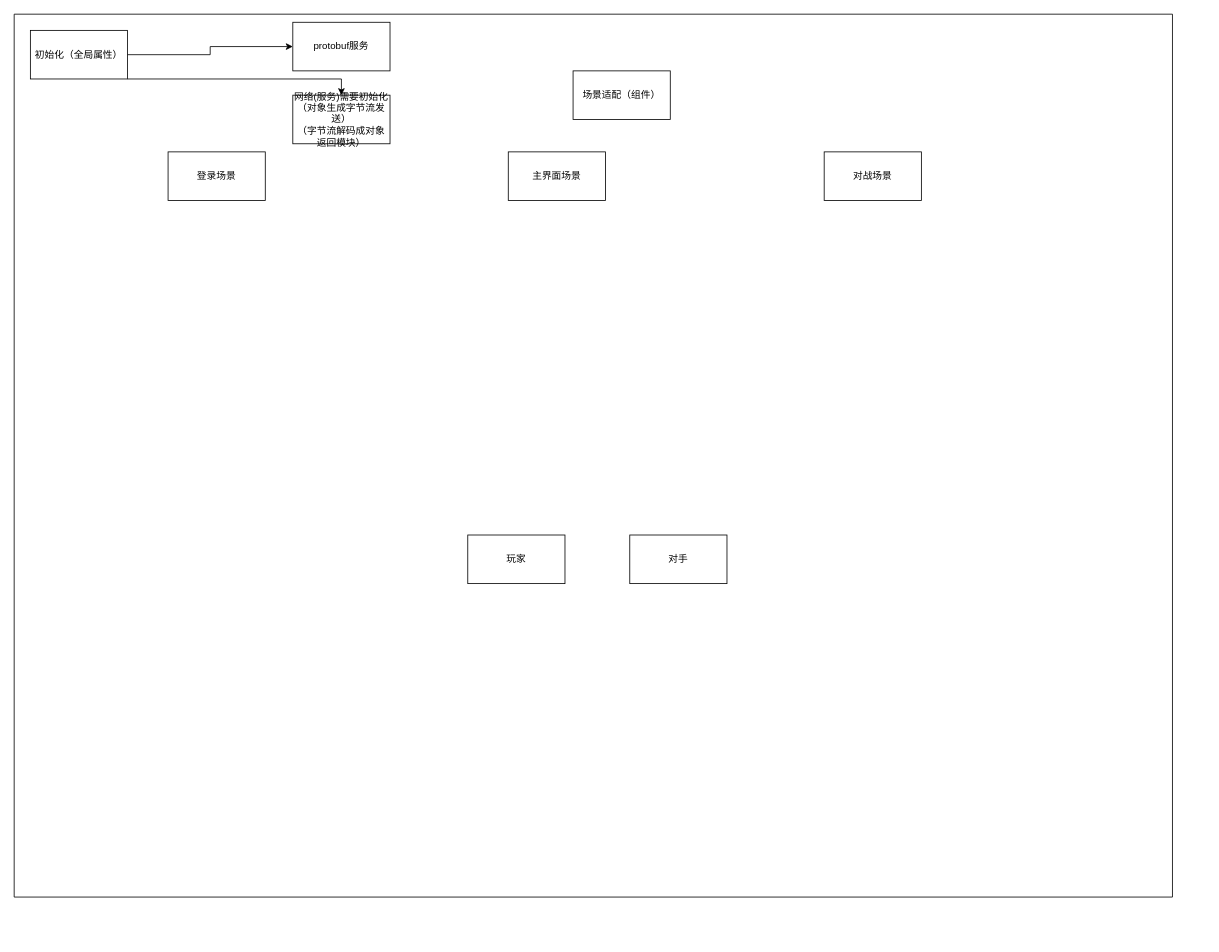
The draw.io diagram page "整体框架" (4 of 4) of Untitled Diagram.drawio in 605682883/flowPhoto, before the edit. Source tidied: cells renumbered, new cells numbered last; positions are measured from the earlier drawing's top-left corner, leaving out a move shared by most shapes. Both pictures are drawn from the tidied source at 81%, with x=0, y=0 at pixel (14, 14).
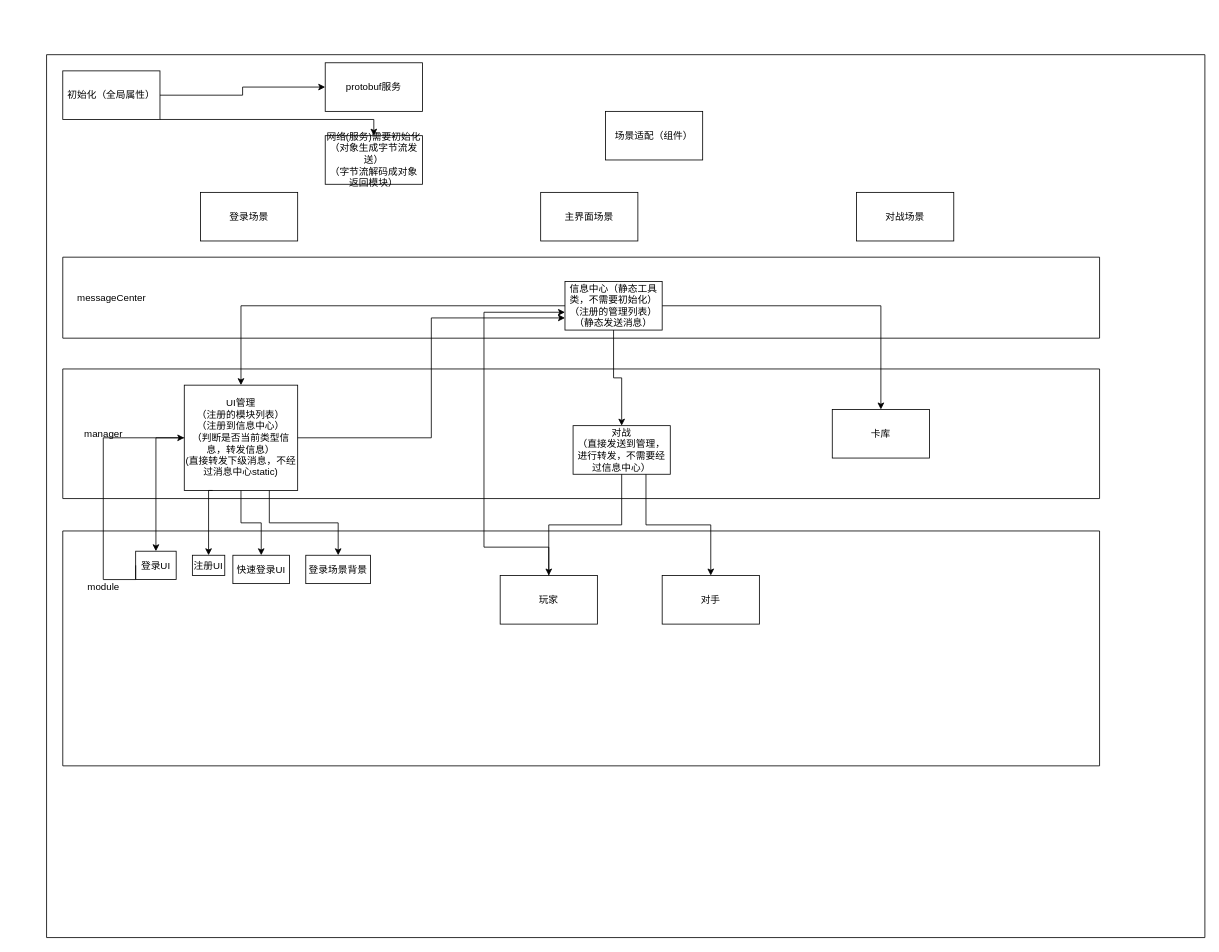
After the change.

Diff of the diagram source:
```diff
@@
-    <mxCell id="2" style="swimlane;startSize=0;" parent="1" vertex="1">
-      <mxGeometry width="1430" height="1090" as="geometry" />
-    </mxCell>
+    <mxCell id="14" style="swimlane;startSize=0;" parent="1" vertex="1">
+      <mxGeometry x="40" y="50" width="1430" height="1090" as="geometry" />
+    </mxCell>
-    <mxCell id="3" value="初始化（全局属性）" style="whiteSpace=wrap;html=1;" parent="2" vertex="1">
+    <mxCell id="3" value="初始化（全局属性）" style="whiteSpace=wrap;html=1;" parent="14" vertex="1">
       <mxGeometry x="20" y="20" width="120" height="60" as="geometry" />
     </mxCell>
-    <mxCell id="4" value="玩家" style="rounded=0;whiteSpace=wrap;html=1;" parent="2" vertex="1">
+    <mxCell id="4" value="玩家" style="rounded=0;whiteSpace=wrap;html=1;" parent="14" vertex="1">
       <mxGeometry x="560" y="643" width="120" height="60" as="geometry" />
     </mxCell>
-    <mxCell id="5" value="对手" style="rounded=0;whiteSpace=wrap;html=1;" parent="2" vertex="1">
+    <mxCell id="5" value="对手" style="rounded=0;whiteSpace=wrap;html=1;" parent="14" vertex="1">
       <mxGeometry x="760" y="643" width="120" height="60" as="geometry" />
     </mxCell>
-    <mxCell id="6" value="登录场景" style="rounded=0;whiteSpace=wrap;html=1;" parent="2" vertex="1">
+    <mxCell id="6" value="登录场景" style="rounded=0;whiteSpace=wrap;html=1;" parent="14" vertex="1">
       <mxGeometry x="190" y="170" width="120" height="60" as="geometry" />
     </mxCell>
-    <mxCell id="7" value="对战场景" style="rounded=0;whiteSpace=wrap;html=1;" parent="2" vertex="1">
+    <mxCell id="7" value="对战场景" style="rounded=0;whiteSpace=wrap;html=1;" parent="14" vertex="1">
       <mxGeometry x="1000" y="170" width="120" height="60" as="geometry" />
     </mxCell>
-    <mxCell id="8" value="主界面场景" style="rounded=0;whiteSpace=wrap;html=1;" parent="2" vertex="1">
+    <mxCell id="8" value="主界面场景" style="rounded=0;whiteSpace=wrap;html=1;" parent="14" vertex="1">
       <mxGeometry x="610" y="170" width="120" height="60" as="geometry" />
     </mxCell>
-    <mxCell id="9" value="网络(服务)需要初始化&lt;br&gt;（对象生成字节流发送）&lt;br&gt;（字节流解码成对象返回模块）" style="rounded=0;whiteSpace=wrap;html=1;" parent="2" vertex="1">
+    <mxCell id="9" value="网络(服务)需要初始化&lt;br&gt;（对象生成字节流发送）&lt;br&gt;（字节流解码成对象返回模块）" style="rounded=0;whiteSpace=wrap;html=1;" parent="14" vertex="1">
       <mxGeometry x="344" y="100" width="120" height="60" as="geometry" />
     </mxCell>
-    <mxCell id="10" style="edgeStyle=orthogonalEdgeStyle;rounded=0;jettySize=auto;html=1;" parent="2" edge="1" source="3" target="9">
+    <mxCell id="10" style="edgeStyle=orthogonalEdgeStyle;rounded=0;jettySize=auto;html=1;" parent="14" edge="1" source="3" target="9">
       <mxGeometry relative="1" as="geometry">
         <Array as="points">
           <mxPoint x="404" y="80" />
         </Array>
       </mxGeometry>
     </mxCell>
-    <mxCell id="11" value="protobuf服务" style="whiteSpace=wrap;html=1;" parent="2" vertex="1">
+    <mxCell id="11" value="protobuf服务" style="whiteSpace=wrap;html=1;" parent="14" vertex="1">
       <mxGeometry x="344" y="10" width="120" height="60" as="geometry" />
     </mxCell>
-    <mxCell id="12" style="edgeStyle=orthogonalEdgeStyle;rounded=0;jettySize=auto;html=1;" parent="2" edge="1" source="3" target="11">
+    <mxCell id="12" style="edgeStyle=orthogonalEdgeStyle;rounded=0;jettySize=auto;html=1;" parent="14" edge="1" source="3" target="11">
       <mxGeometry relative="1" as="geometry" />
     </mxCell>
-    <mxCell id="13" value="场景适配（组件）" style="rounded=0;whiteSpace=wrap;html=1;" parent="2" vertex="1">
+    <mxCell id="13" value="场景适配（组件）" style="rounded=0;whiteSpace=wrap;html=1;" parent="14" vertex="1">
       <mxGeometry x="690" y="70" width="120" height="60" as="geometry" />
     </mxCell>
+    <mxCell id="15" style="swimlane;startSize=0;" parent="14" vertex="1">
+      <mxGeometry x="20" y="250" width="1280" height="100" as="geometry" />
+    </mxCell>
+    <mxCell id="16" value="信息中心（静态工具类，不需要初始化）&lt;br&gt;（注册的管理列表）&lt;br&gt;（静态发送消息）" style="rounded=0;whiteSpace=wrap;html=1;" parent="15" vertex="1">
+      <mxGeometry x="620" y="30" width="120" height="60" as="geometry" />
+    </mxCell>
+    <mxCell id="17" value="messageCenter" style="text;html=1;align=center;verticalAlign=middle;strokeColor=none;fillColor=none;" parent="15" vertex="1">
+      <mxGeometry x="10" y="40" width="100" height="20" as="geometry" />
+    </mxCell>
+    <mxCell id="18" style="edgeStyle=orthogonalEdgeStyle;rounded=0;jettySize=auto;html=1;" parent="14" edge="1" source="4" target="16">
+      <mxGeometry relative="1" as="geometry">
+        <Array as="points">
+          <mxPoint x="540" y="608" />
+          <mxPoint x="540" y="318" />
+        </Array>
+      </mxGeometry>
+    </mxCell>
+    <mxCell id="19" style="swimlane;startSize=0;" parent="14" vertex="1">
+      <mxGeometry x="20" y="388" width="1280" height="160" as="geometry" />
+    </mxCell>
+    <mxCell id="20" value="UI管理&lt;br&gt;（注册的模块列表）&lt;br&gt;（注册到信息中心）&lt;br&gt;（判断是否当前类型信息，转发信息）&lt;br&gt;(直接转发下级消息，不经过消息中心static)" style="rounded=0;whiteSpace=wrap;html=1;" parent="19" vertex="1">
+      <mxGeometry x="150" y="20" width="140" height="130" as="geometry" />
+    </mxCell>
+    <mxCell id="21" value="对战&lt;br&gt;（直接发送到管理，进行转发，不需要经过信息中心）" style="rounded=0;whiteSpace=wrap;html=1;" parent="19" vertex="1">
+      <mxGeometry x="630" y="70" width="120" height="60" as="geometry" />
+    </mxCell>
+    <mxCell id="22" value="卡库" style="rounded=0;whiteSpace=wrap;html=1;" parent="19" vertex="1">
+      <mxGeometry x="950" y="50" width="120" height="60" as="geometry" />
+    </mxCell>
+    <mxCell id="23" value="manager" style="text;html=1;align=center;verticalAlign=middle;strokeColor=none;fillColor=none;" parent="19" vertex="1">
+      <mxGeometry x="20" y="70" width="60" height="20" as="geometry" />
+    </mxCell>
+    <mxCell id="24" style="edgeStyle=orthogonalEdgeStyle;rounded=0;jettySize=auto;html=1;" parent="14" edge="1" source="16" target="20">
+      <mxGeometry relative="1" as="geometry" />
+    </mxCell>
+    <mxCell id="25" style="edgeStyle=orthogonalEdgeStyle;rounded=0;jettySize=auto;html=1;entryX=0;entryY=0.75;entryDx=0;entryDy=0;" parent="14" edge="1" source="20" target="16">
+      <mxGeometry relative="1" as="geometry" />
+    </mxCell>
+    <mxCell id="26" style="edgeStyle=orthogonalEdgeStyle;rounded=0;jettySize=auto;html=1;" parent="14" edge="1" source="16" target="21">
+      <mxGeometry relative="1" as="geometry" />
+    </mxCell>
+    <mxCell id="27" style="edgeStyle=orthogonalEdgeStyle;rounded=0;jettySize=auto;html=1;" parent="14" edge="1" source="21" target="4">
+      <mxGeometry relative="1" as="geometry" />
+    </mxCell>
+    <mxCell id="28" style="edgeStyle=orthogonalEdgeStyle;rounded=0;jettySize=auto;html=1;exitX=0.75;exitY=1;exitDx=0;exitDy=0;" parent="14" edge="1" source="21" target="5">
+      <mxGeometry relative="1" as="geometry" />
+    </mxCell>
+    <mxCell id="29" style="edgeStyle=orthogonalEdgeStyle;rounded=0;jettySize=auto;html=1;" parent="14" edge="1" source="16" target="22">
+      <mxGeometry relative="1" as="geometry" />
+    </mxCell>
+    <mxCell id="30" style="swimlane;startSize=0;" parent="14" vertex="1">
+      <mxGeometry x="20" y="588" width="1280" height="290" as="geometry" />
+    </mxCell>
+    <mxCell id="31" value="登录UI" style="rounded=0;whiteSpace=wrap;html=1;" parent="30" vertex="1">
+      <mxGeometry x="90" y="25" width="50" height="35" as="geometry" />
+    </mxCell>
+    <mxCell id="32" value="注册UI" style="rounded=0;whiteSpace=wrap;html=1;" parent="30" vertex="1">
+      <mxGeometry x="160" y="30" width="40" height="25" as="geometry" />
+    </mxCell>
+    <mxCell id="33" value="快速登录UI" style="rounded=0;whiteSpace=wrap;html=1;" parent="30" vertex="1">
+      <mxGeometry x="210" y="30" width="70" height="35" as="geometry" />
+    </mxCell>
+    <mxCell id="34" value="登录场景背景" style="rounded=0;whiteSpace=wrap;html=1;" parent="30" vertex="1">
+      <mxGeometry x="300" y="30" width="80" height="35" as="geometry" />
+    </mxCell>
+    <mxCell id="35" value="module" style="text;html=1;align=center;verticalAlign=middle;strokeColor=none;fillColor=none;" parent="30" vertex="1">
+      <mxGeometry x="25" y="60" width="50" height="20" as="geometry" />
+    </mxCell>
+    <mxCell id="36" style="edgeStyle=orthogonalEdgeStyle;rounded=0;jettySize=auto;html=1;" parent="14" edge="1" source="20" target="31">
+      <mxGeometry relative="1" as="geometry" />
+    </mxCell>
+    <mxCell id="37" style="edgeStyle=orthogonalEdgeStyle;rounded=0;jettySize=auto;html=1;entryX=0;entryY=0.5;entryDx=0;entryDy=0;exitX=0;exitY=0.5;exitDx=0;exitDy=0;" parent="14" edge="1" source="31" target="20">
+      <mxGeometry relative="1" as="geometry">
+        <Array as="points">
+          <mxPoint x="110" y="648" />
+          <mxPoint x="70" y="648" />
+          <mxPoint x="70" y="473" />
+        </Array>
+      </mxGeometry>
+    </mxCell>
+    <mxCell id="38" style="edgeStyle=orthogonalEdgeStyle;rounded=0;jettySize=auto;html=1;exitX=0.25;exitY=1;exitDx=0;exitDy=0;" parent="14" edge="1" source="20" target="32">
+      <mxGeometry relative="1" as="geometry">
+        <Array as="points">
+          <mxPoint x="200" y="538" />
+        </Array>
+      </mxGeometry>
+    </mxCell>
+    <mxCell id="39" style="edgeStyle=orthogonalEdgeStyle;rounded=0;jettySize=auto;html=1;exitX=0.5;exitY=1;exitDx=0;exitDy=0;" parent="14" edge="1" source="20" target="33">
+      <mxGeometry relative="1" as="geometry" />
+    </mxCell>
+    <mxCell id="40" style="edgeStyle=orthogonalEdgeStyle;rounded=0;jettySize=auto;html=1;exitX=0.75;exitY=1;exitDx=0;exitDy=0;" parent="14" edge="1" source="20" target="34">
+      <mxGeometry relative="1" as="geometry" />
+    </mxCell>
```
